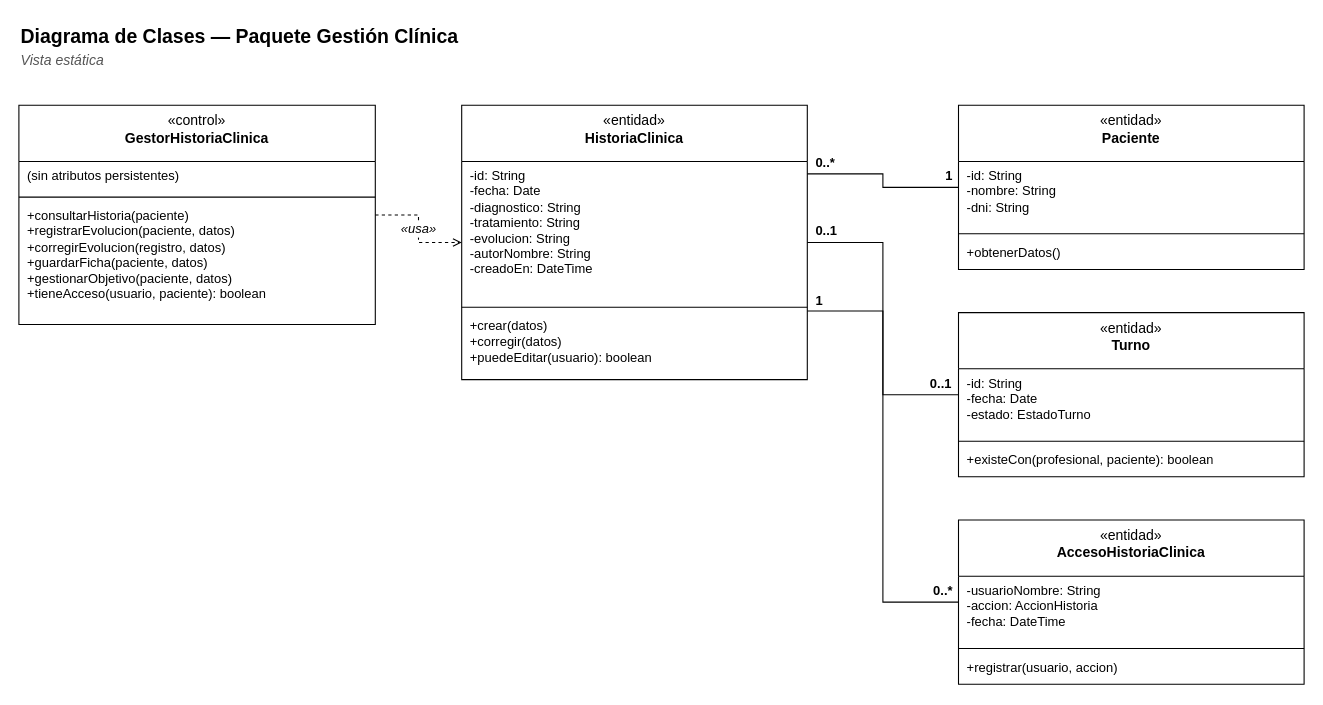
Above: docs/diagramas/paquete-clinica-clases.drawio in Matiglorioso/kineturnos (draw.io), before the change. Source tidied: cells renumbered, new cells numbered last; positions are measured from the earlier drawing's top-left corner, leaving out a move shared by most shapes. Both pictures are drawn from the tidied source at 108%, with x=0, y=0 at pixel (18, 18).
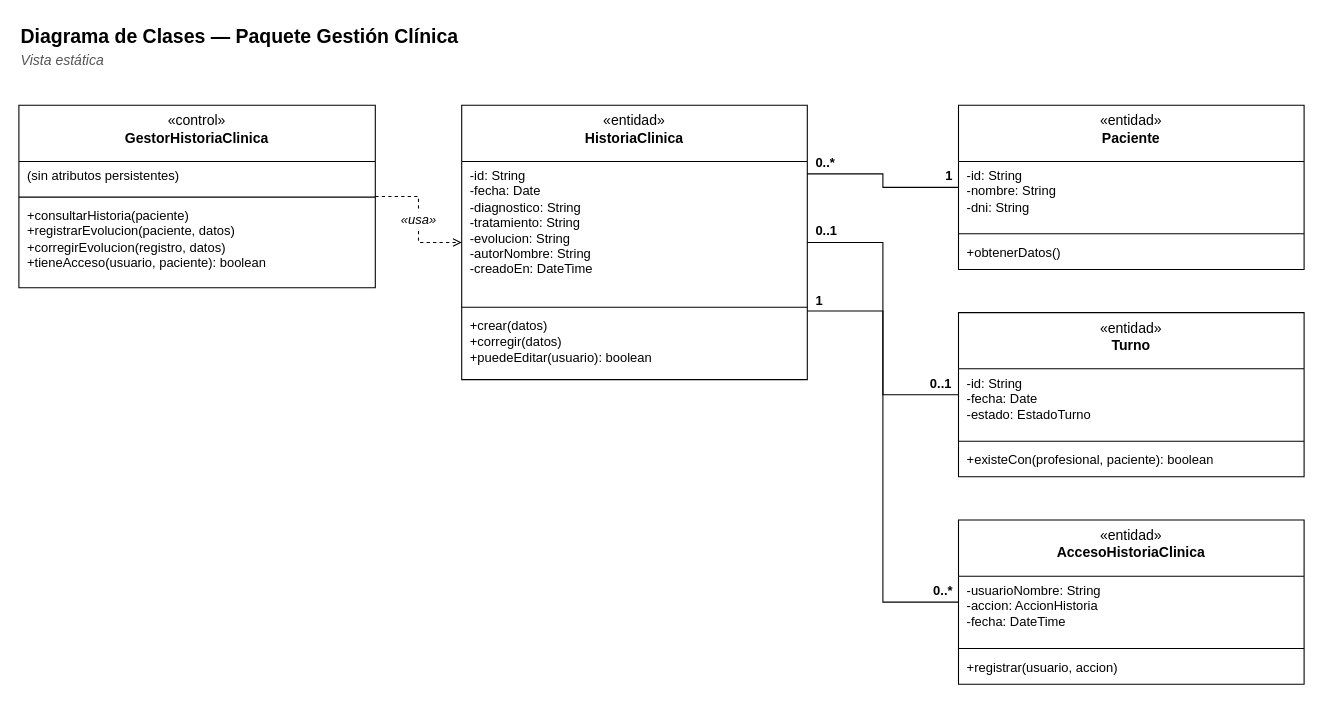
After the change.

Diff of the diagram source:
```diff
@@
     <mxCell id="4" value="«control»&lt;br&gt;&lt;b&gt;GestorHistoriaClinica&lt;/b&gt;" style="swimlane;fontStyle=0;align=center;verticalAlign=top;horizontal=1;startSize=52;whiteSpace=wrap;html=1;fillColor=#FFFFFF;strokeColor=#000000;fontFamily=Helvetica;fontSize=13;" parent="1" vertex="1">
-      <mxGeometry y="80" width="330" height="203" as="geometry" />
+      <mxGeometry y="80" width="330" height="169" as="geometry" />
     </mxCell>
@@
-    <mxCell id="7" value="+consultarHistoria(paciente)&lt;br&gt;+registrarEvolucion(paciente, datos)&lt;br&gt;+corregirEvolucion(registro, datos)&lt;br&gt;+guardarFicha(paciente, datos)&lt;br&gt;+gestionarObjetivo(paciente, datos)&lt;br&gt;+tieneAcceso(usuario, paciente): boolean" style="text;strokeColor=none;fillColor=none;align=left;verticalAlign=top;spacingLeft=6;spacingRight=4;overflow=hidden;whiteSpace=wrap;html=1;fontFamily=Helvetica;fontSize=12;" parent="4" vertex="1">
-      <mxGeometry y="89" width="330" height="114" as="geometry" />
+    <mxCell id="7" value="+consultarHistoria(paciente)&lt;br&gt;+registrarEvolucion(paciente, datos)&lt;br&gt;+corregirEvolucion(registro, datos)&lt;br&gt;+tieneAcceso(usuario, paciente): boolean" style="text;strokeColor=none;fillColor=none;align=left;verticalAlign=top;spacingLeft=6;spacingRight=4;overflow=hidden;whiteSpace=wrap;html=1;fontFamily=Helvetica;fontSize=12;" parent="4" vertex="1">
+      <mxGeometry y="89" width="330" height="80" as="geometry" />
     </mxCell>
```
